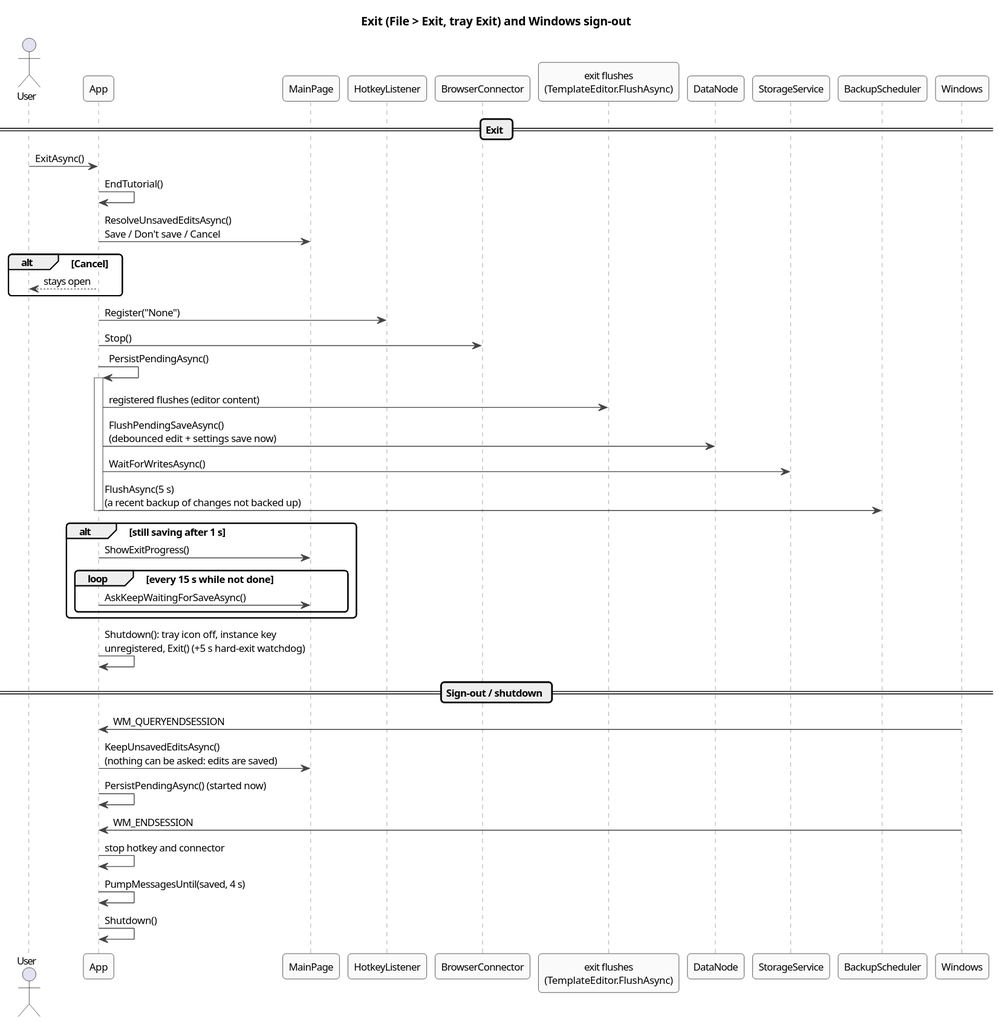
Above: docs/architecture/diagrams/seq-exit.svg in halatsWol/TextTemplateManager-v2 (PlantUML), before the change. Source of this version:
```plantuml
@startuml
!include _style.iuml
title Exit (File > Exit, tray Exit) and Windows sign-out

actor User
participant App
participant MainPage
participant HotkeyListener
participant BrowserConnector
participant "exit flushes\n(TemplateEditor.FlushAsync)" as Flush
participant DataNode
participant StorageService
participant BackupScheduler

== Exit ==
User -> App : ExitAsync()
App -> App : EndTutorial()
App -> MainPage : ResolveUnsavedEditsAsync()\nSave / Don't save / Cancel
alt Cancel
  App --> User : stays open
end
App -> HotkeyListener : Register("None")
App -> BrowserConnector : Stop()
App -> App : PersistPendingAsync()
activate App
App -> Flush : registered flushes (editor content)
App -> DataNode : FlushPendingSaveAsync()\n(debounced edit + settings save now)
App -> StorageService : WaitForWritesAsync()
App -> BackupScheduler : FlushAsync(5 s)\n(a recent backup of changes not backed up)
deactivate App
alt still saving after 1 s
  App -> MainPage : ShowExitProgress()
  loop every 15 s while not done
    App -> MainPage : AskKeepWaitingForSaveAsync()
  end
end
App -> App : Shutdown(): tray icon off, instance key\nunregistered, Exit() (+5 s hard-exit watchdog)

== Sign-out / shutdown ==
participant Windows as OS
OS -> App : WM_QUERYENDSESSION
App -> MainPage : KeepUnsavedEditsAsync()\n(nothing can be asked: edits are saved)
App -> App : PersistPendingAsync() (started now)
OS -> App : WM_ENDSESSION
App -> App : stop hotkey and connector
App -> App : PumpMessagesUntil(saved, 4 s)
App -> App : Shutdown()
@enduml
```
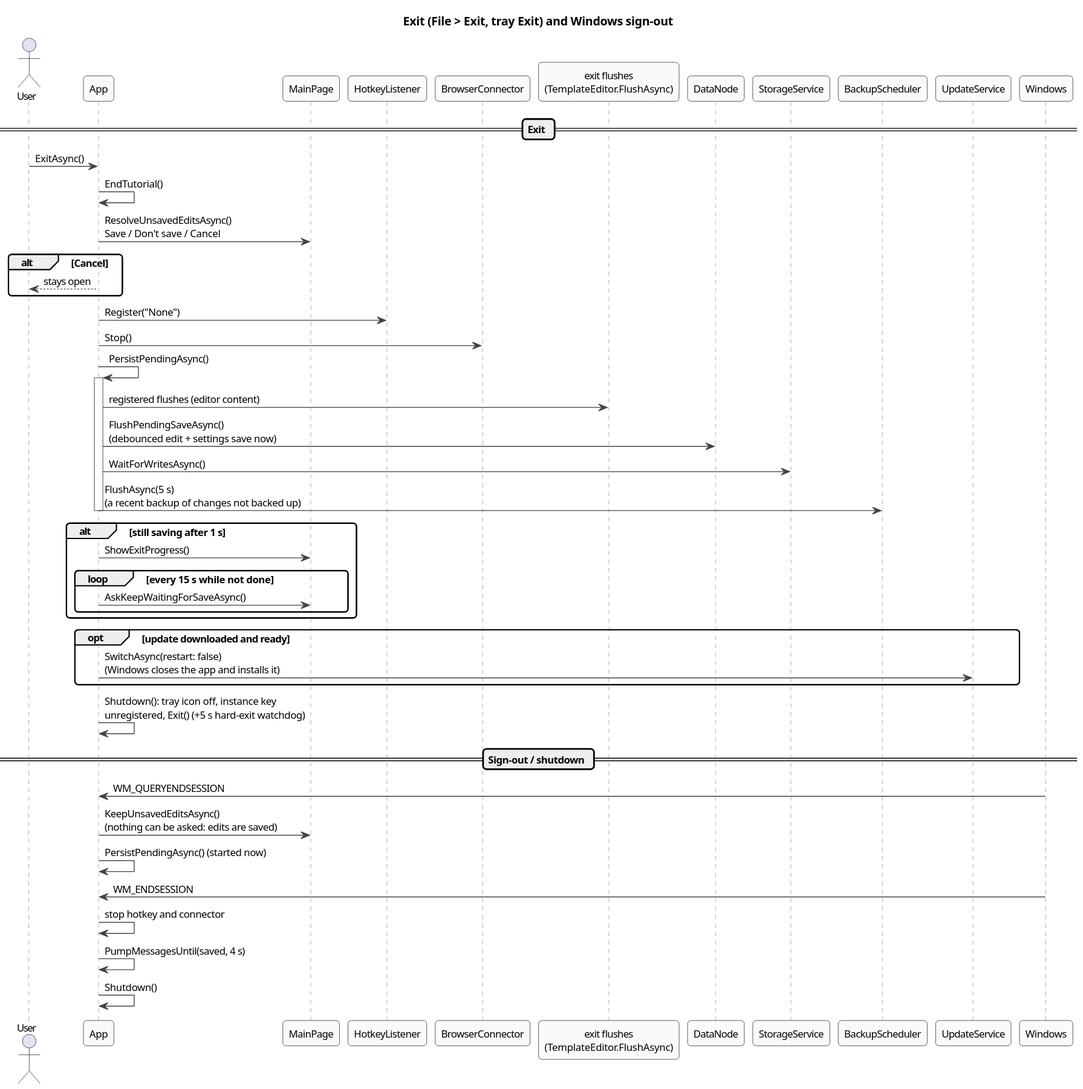
Later version of the same file.

What changed in the source:
```diff
@@ -11,6 +11,7 @@
 participant DataNode
 participant StorageService
 participant BackupScheduler
+participant UpdateService
 
 == Exit ==
 User -> App : ExitAsync()
@@ -34,6 +35,9 @@
     App -> MainPage : AskKeepWaitingForSaveAsync()
   end
 end
+opt update downloaded and ready
+  App -> UpdateService : SwitchAsync(restart: false)\n(Windows closes the app and installs it)
+end
 App -> App : Shutdown(): tray icon off, instance key\nunregistered, Exit() (+5 s hard-exit watchdog)
 
 == Sign-out / shutdown ==
```
